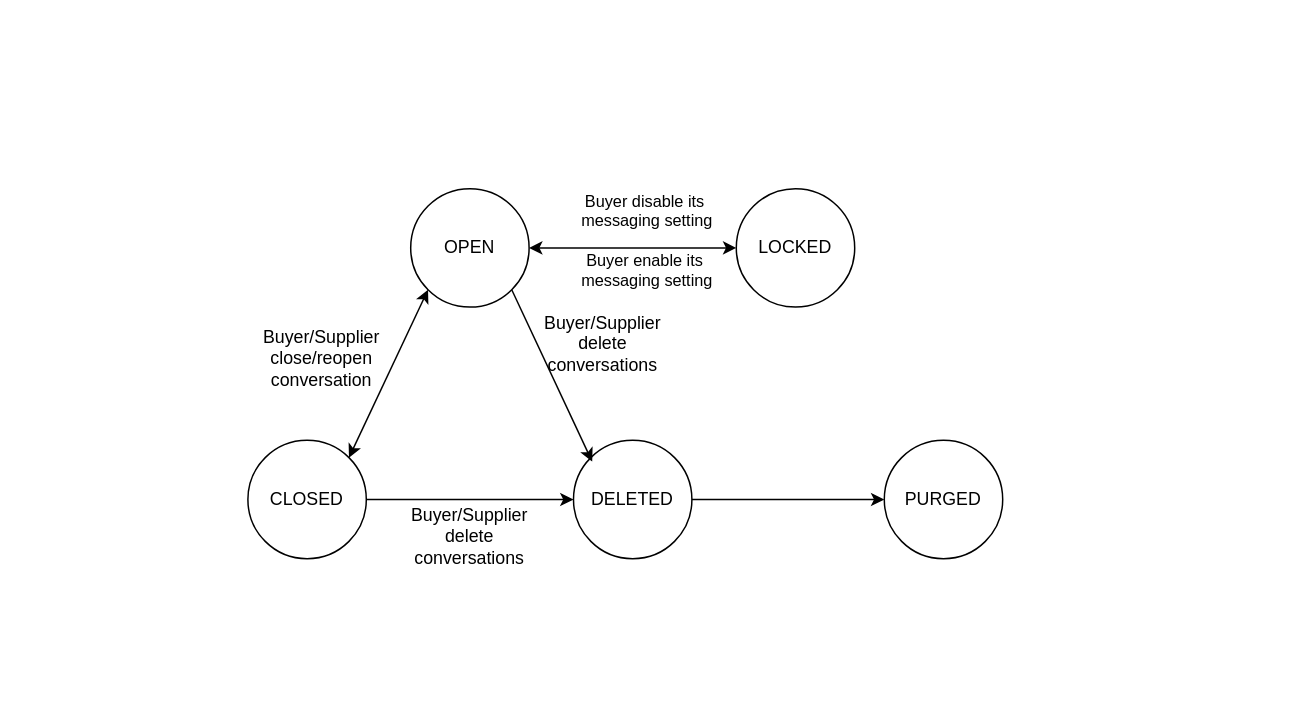
Earlier version of the draw.io diagram page "Page-4" (4 of 5) of messaging.drawio (huangshijie/Drawio). Source tidied: cells renumbered, new cells numbered last; positions are measured from the earlier drawing's top-left corner, leaving out a move shared by most shapes. Both pictures are drawn from the tidied source at 148%, with x=0, y=0 at pixel (247, 188).
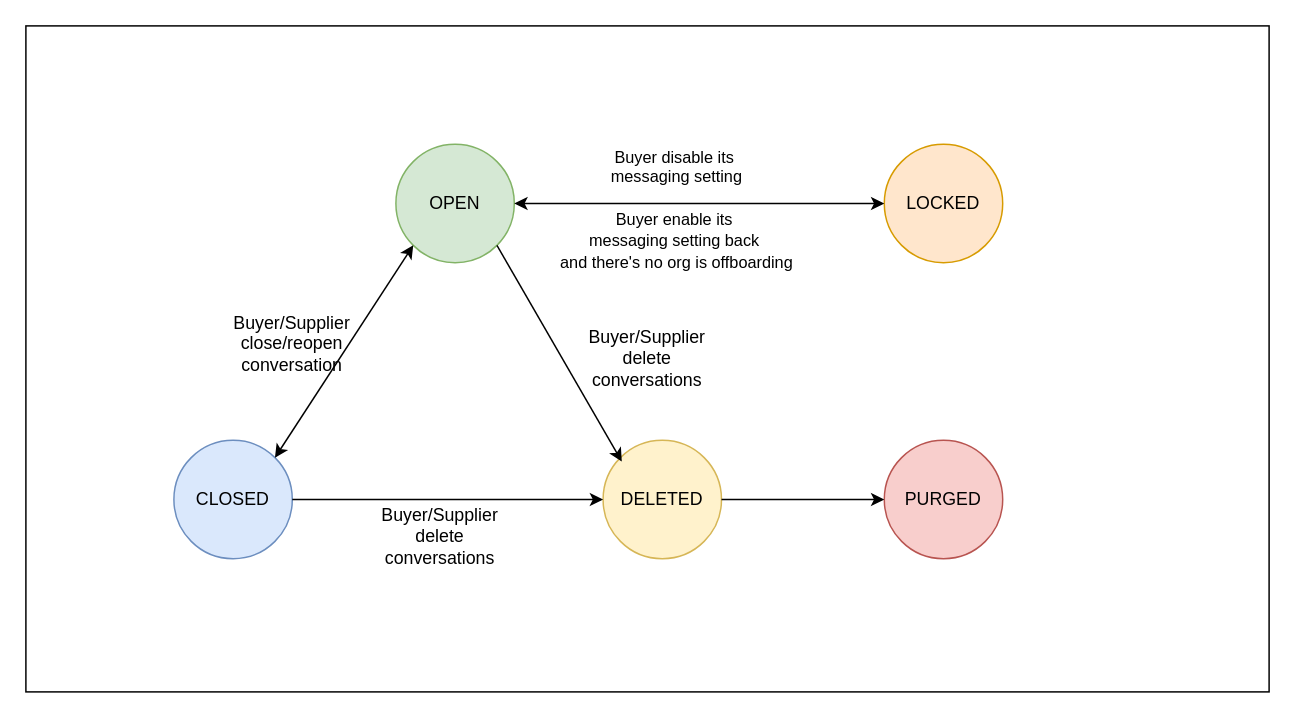
Above is the later version.

Diff of the diagram source:
```diff
@@
 <mxGraphModel>
   <root>
     <mxCell id="0" />
     <mxCell id="1" parent="0" />
+    <mxCell id="17" style="rounded=0;whiteSpace=wrap;html=1;" parent="1" vertex="1">
+      <mxGeometry x="-150" y="-110" width="840" height="450" as="geometry" />
+    </mxCell>
-    <mxCell id="2" value="OPEN" style="ellipse;whiteSpace=wrap;html=1;" parent="1" vertex="1">
-      <mxGeometry x="110" width="80" height="80" as="geometry" />
+    <mxCell id="2" value="OPEN" style="ellipse;whiteSpace=wrap;html=1;fillColor=#d5e8d4;strokeColor=#82b366;" parent="1" vertex="1">
+      <mxGeometry x="100" y="-30" width="80" height="80" as="geometry" />
     </mxCell>
-    <mxCell id="3" value="DELETED" style="ellipse;whiteSpace=wrap;html=1;" parent="1" vertex="1">
-      <mxGeometry x="220" y="170" width="80" height="80" as="geometry" />
+    <mxCell id="3" value="DELETED" style="ellipse;whiteSpace=wrap;html=1;fillColor=#fff2cc;strokeColor=#d6b656;" parent="1" vertex="1">
+      <mxGeometry x="240" y="170" width="80" height="80" as="geometry" />
     </mxCell>
-    <mxCell id="4" value="CLOSED" style="ellipse;whiteSpace=wrap;html=1;" parent="1" vertex="1">
-      <mxGeometry y="170" width="80" height="80" as="geometry" />
+    <mxCell id="4" value="CLOSED" style="ellipse;whiteSpace=wrap;html=1;fillColor=#dae8fc;strokeColor=#6c8ebf;" parent="1" vertex="1">
+      <mxGeometry x="-50" y="170" width="80" height="80" as="geometry" />
     </mxCell>
-    <mxCell id="5" value="LOCKED" style="ellipse;whiteSpace=wrap;html=1;" parent="1" vertex="1">
-      <mxGeometry x="330" width="80" height="80" as="geometry" />
+    <mxCell id="5" value="LOCKED" style="ellipse;whiteSpace=wrap;html=1;fillColor=#ffe6cc;strokeColor=#d79b00;" parent="1" vertex="1">
+      <mxGeometry x="430" y="-30" width="80" height="80" as="geometry" />
     </mxCell>
-    <mxCell id="6" value="PURGED" style="ellipse;whiteSpace=wrap;html=1;" parent="1" vertex="1">
+    <mxCell id="6" value="PURGED" style="ellipse;whiteSpace=wrap;html=1;fillColor=#f8cecc;strokeColor=#b85450;" parent="1" vertex="1">
       <mxGeometry x="430" y="170" width="80" height="80" as="geometry" />
     </mxCell>
     <mxCell id="7" style="endArrow=classic;html=1;rounded=0;exitX=0;exitY=1;exitDx=0;exitDy=0;startArrow=classic;startFill=1;entryX=1;entryY=0;entryDx=0;entryDy=0;" parent="1" edge="1" source="2" target="4">
       <mxGeometry relative="1" as="geometry" />
     </mxCell>
     <mxCell id="8" value="&lt;span style=&quot;font-size: 11px; text-wrap-mode: nowrap; background-color: rgb(255, 255, 255);&quot;&gt;Buyer disable its&amp;nbsp;&lt;/span&gt;&lt;div style=&quot;font-size: 11px; text-wrap-mode: nowrap;&quot;&gt;messaging setting&lt;/div&gt;" style="text;html=1;whiteSpace=wrap;strokeColor=none;fillColor=none;align=center;verticalAlign=middle;rounded=0;" parent="1" vertex="1">
-      <mxGeometry x="240" width="60" height="30" as="geometry" />
+      <mxGeometry x="260" y="-30" width="60" height="30" as="geometry" />
     </mxCell>
-    <mxCell id="9" value="&lt;span style=&quot;font-size: 11px; text-wrap-mode: nowrap; background-color: rgb(255, 255, 255);&quot;&gt;Buyer enable its&amp;nbsp;&lt;/span&gt;&lt;div style=&quot;font-size: 11px; text-wrap-mode: nowrap;&quot;&gt;messaging setting&lt;/div&gt;" style="text;html=1;whiteSpace=wrap;strokeColor=none;fillColor=none;align=center;verticalAlign=middle;rounded=0;" parent="1" vertex="1">
-      <mxGeometry x="240" y="40" width="60" height="30" as="geometry" />
+    <mxCell id="9" value="&lt;span style=&quot;text-wrap-mode: nowrap; background-color: rgb(255, 255, 255);&quot;&gt;&lt;font style=&quot;font-size: 11px;&quot;&gt;Buyer enable its&amp;nbsp;&lt;/font&gt;&lt;/span&gt;&lt;div style=&quot;text-wrap-mode: nowrap;&quot;&gt;&lt;font style=&quot;font-size: 11px;&quot;&gt;messaging setting back&amp;nbsp;&lt;/font&gt;&lt;/div&gt;&lt;div style=&quot;text-wrap-mode: nowrap;&quot;&gt;&lt;font style=&quot;font-size: 11px;&quot;&gt;and there's no org is offboarding&lt;/font&gt;&lt;/div&gt;" style="text;html=1;whiteSpace=wrap;strokeColor=none;fillColor=none;align=center;verticalAlign=middle;rounded=0;" parent="1" vertex="1">
+      <mxGeometry x="260" y="20" width="60" height="30" as="geometry" />
     </mxCell>
     <mxCell id="10" style="endArrow=classic;startArrow=classic;html=1;rounded=0;entryX=1;entryY=0.5;entryDx=0;entryDy=0;exitX=0;exitY=0.5;exitDx=0;exitDy=0;" parent="1" edge="1" source="5" target="2">
       <mxGeometry relative="1" as="geometry" />
     </mxCell>
     <mxCell id="11" value="Buyer/Supplier close/reopen conversation" style="text;html=1;whiteSpace=wrap;strokeColor=none;fillColor=none;align=center;verticalAlign=middle;rounded=0;" parent="1" vertex="1">
-      <mxGeometry x="20" y="100" width="60" height="30" as="geometry" />
+      <mxGeometry y="90" width="60" height="30" as="geometry" />
     </mxCell>
     <mxCell id="12" style="endArrow=classic;html=1;rounded=0;exitX=1;exitY=1;exitDx=0;exitDy=0;entryX=0.158;entryY=0.18;entryDx=0;entryDy=0;entryPerimeter=0;" parent="1" edge="1" source="2" target="3">
       <mxGeometry relative="1" as="geometry" />
     </mxCell>
     <mxCell id="13" style="endArrow=classic;html=1;rounded=0;exitX=1;exitY=0.5;exitDx=0;exitDy=0;entryX=0;entryY=0.5;entryDx=0;entryDy=0;" parent="1" edge="1" source="4" target="3">
       <mxGeometry relative="1" as="geometry" />
     </mxCell>
     <mxCell id="14" style="endArrow=classic;html=1;rounded=0;entryX=0;entryY=0.5;entryDx=0;entryDy=0;exitX=1;exitY=0.5;exitDx=0;exitDy=0;" parent="1" edge="1" source="3" target="6">
       <mxGeometry relative="1" as="geometry" />
     </mxCell>
     <mxCell id="15" value="Buyer/Supplier delete conversations" style="text;html=1;whiteSpace=wrap;strokeColor=none;fillColor=none;align=center;verticalAlign=middle;rounded=0;" parent="1" vertex="1">
-      <mxGeometry x="210" y="90" width="60" height="30" as="geometry" />
+      <mxGeometry x="240" y="100" width="60" height="30" as="geometry" />
     </mxCell>
     <mxCell id="16" value="Buyer/Supplier delete conversations" style="text;html=1;whiteSpace=wrap;strokeColor=none;fillColor=none;align=center;verticalAlign=middle;rounded=0;" parent="1" vertex="1">
-      <mxGeometry x="120" y="220" width="60" height="30" as="geometry" />
+      <mxGeometry x="100" y="220" width="60" height="30" as="geometry" />
     </mxCell>
   </root>
 </mxGraphModel>
```
